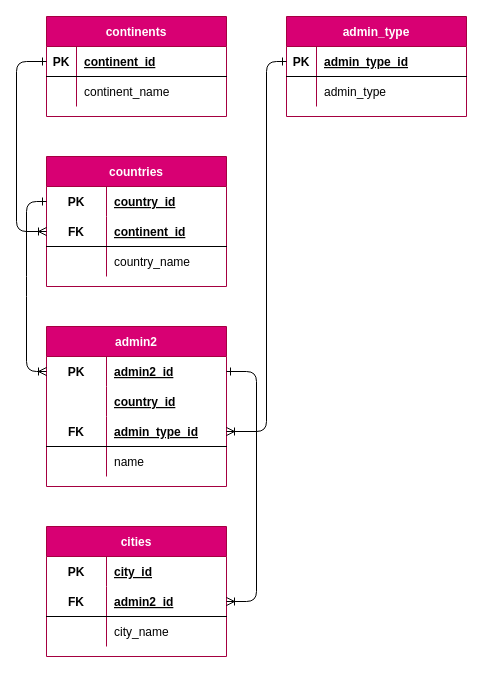
The draw.io diagram page "logical" (2 of 3) of mundo_ER.drawio in r3card0/mundo-octo-potato, before the edit. Source tidied: cells renumbered, new cells numbered last; positions are measured from the earlier drawing's top-left corner, leaving out a move shared by most shapes. Both pictures are drawn from the tidied source at 100%, with x=0, y=0 at pixel (16, 16).
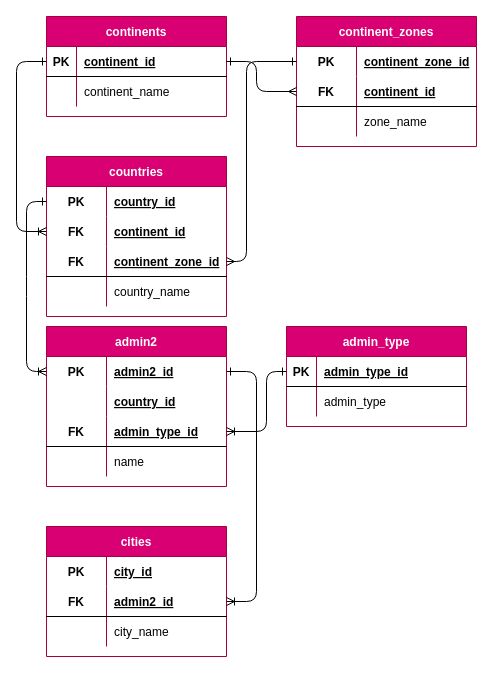
The same page after the edit.

Commit message:
continent zones added to logical data model

The change refers to these unchanged cells:
```xml
<mxCell id="3" style="shape=partialRectangle;fillColor=none;top=0;left=0;bottom=1;right=0;points=[[0,0.5],[1,0.5]];portConstraint=eastwest;" parent="2" vertex="1">
  <mxGeometry y="30" width="180" height="30" as="geometry" />
</mxCell>
<mxCell id="26" style="shape=partialRectangle;fillColor=none;top=0;left=0;bottom=1;right=0;points=[[0,0.5],[1,0.5]];portConstraint=eastwest;" parent="19" vertex="1">
  <mxGeometry y="90" width="180" height="30" as="geometry" />
</mxCell>
<mxCell id="46" style="shape=partialRectangle;fillColor=none;top=0;left=0;bottom=1;right=0;points=[[0,0.5],[1,0.5]];portConstraint=eastwest;" parent="45" vertex="1">
  <mxGeometry y="30" width="180" height="30" as="geometry" />
</mxCell>
```

Diff of the diagram source:
```diff
@@
     <mxCell id="9" value="countries" style="shape=table;startSize=30;childLayout=tableLayout;rowLines=0;fontStyle=1;align=center;fillColor=#d80073;fontColor=#ffffff;strokeColor=#A50040;" parent="1" vertex="1">
-      <mxGeometry x="30" y="140" width="180" height="130" as="geometry" />
+      <mxGeometry x="30" y="140" width="180" height="160" as="geometry" />
     </mxCell>
@@
+    <mxCell id="53" style="shape=partialRectangle;fillColor=none;top=0;left=0;bottom=0;right=0;points=[[0,0.5],[1,0.5]];portConstraint=eastwest;" parent="9" vertex="1">
+      <mxGeometry y="60" width="180" height="30" as="geometry" />
+    </mxCell>
+    <mxCell id="54" value="FK" style="shape=partialRectangle;fillColor=none;top=0;left=0;bottom=0;right=0;fontStyle=1;overflow=hidden;" parent="53" vertex="1">
+      <mxGeometry width="60" height="30" as="geometry" />
+    </mxCell>
+    <mxCell id="55" value="continent_id" style="shape=partialRectangle;fillColor=none;top=0;left=0;bottom=0;right=0;align=left;spacingLeft=6;fontStyle=5;overflow=hidden;" parent="53" vertex="1">
+      <mxGeometry x="60" width="120" height="30" as="geometry" />
+    </mxCell>
     <mxCell id="13" style="shape=partialRectangle;fillColor=none;top=0;left=0;bottom=1;right=0;points=[[0,0.5],[1,0.5]];portConstraint=eastwest;" parent="9" vertex="1">
-      <mxGeometry y="60" width="180" height="30" as="geometry" />
+      <mxGeometry y="90" width="180" height="30" as="geometry" />
     </mxCell>
@@
-    <mxCell id="15" value="continent_id" style="shape=partialRectangle;fillColor=none;top=0;left=0;bottom=0;right=0;align=left;spacingLeft=6;fontStyle=5;overflow=hidden;" parent="13" vertex="1">
+    <mxCell id="15" value="continent_zone_id" style="shape=partialRectangle;fillColor=none;top=0;left=0;bottom=0;right=0;align=left;spacingLeft=6;fontStyle=5;overflow=hidden;" parent="13" vertex="1">
       <mxGeometry x="60" width="120" height="30" as="geometry" />
     </mxCell>
     <mxCell id="16" style="shape=partialRectangle;fillColor=none;top=0;left=0;bottom=0;right=0;" parent="9" vertex="1">
-      <mxGeometry y="90" width="180" height="30" as="geometry" />
+      <mxGeometry y="120" width="180" height="30" as="geometry" />
     </mxCell>
@@
-    <mxCell id="32" style="edgeStyle=none;html=1;entryX=0;entryY=0.5;entryDx=0;entryDy=0;exitX=0;exitY=0.5;exitDx=0;exitDy=0;startArrow=ERone;startFill=0;endArrow=ERoneToMany;endFill=0;" parent="1" edge="1" source="3" target="13">
+    <mxCell id="32" style="edgeStyle=none;html=1;entryX=0;entryY=0.5;entryDx=0;entryDy=0;exitX=0;exitY=0.5;exitDx=0;exitDy=0;startArrow=ERone;startFill=0;endArrow=ERoneToMany;endFill=0;" parent="1" edge="1" source="3" target="53">
       <mxGeometry relative="1" as="geometry">
         <Array as="points">
           <mxPoint y="45" />
           <mxPoint y="215" />
         </Array>
       </mxGeometry>
     </mxCell>
@@
     <mxCell id="45" value="admin_type" style="shape=table;startSize=30;childLayout=tableLayout;rowLines=0;fontStyle=1;align=center;fillColor=#d80073;strokeColor=#A50040;fontColor=#ffffff;" parent="1" vertex="1">
-      <mxGeometry x="270" width="180" height="100" as="geometry" />
+      <mxGeometry x="270" y="310" width="180" height="100" as="geometry" />
     </mxCell>
@@
     <mxCell id="52" style="edgeStyle=none;html=1;entryX=1;entryY=0.5;entryDx=0;entryDy=0;startArrow=ERone;startFill=0;endArrow=ERoneToMany;endFill=0;exitX=0;exitY=0.5;exitDx=0;exitDy=0;" parent="1" edge="1" source="46" target="26">
       <mxGeometry relative="1" as="geometry">
         <Array as="points">
-          <mxPoint x="250" y="45" />
+          <mxPoint x="250" y="355" />
           <mxPoint x="250" y="415" />
         </Array>
       </mxGeometry>
     </mxCell>
+    <mxCell id="56" value="continent_zones" style="shape=table;startSize=30;childLayout=tableLayout;rowLines=0;fontStyle=1;align=center;fillColor=#d80073;fontColor=#ffffff;strokeColor=#A50040;" parent="1" vertex="1">
+      <mxGeometry x="280" width="180" height="130" as="geometry" />
+    </mxCell>
+    <mxCell id="57" style="shape=partialRectangle;fillColor=none;top=0;left=0;bottom=0;right=0;points=[[0,0.5],[1,0.5]];portConstraint=eastwest;" parent="56" vertex="1">
+      <mxGeometry y="30" width="180" height="30" as="geometry" />
+    </mxCell>
+    <mxCell id="58" value="PK" style="shape=partialRectangle;fillColor=none;top=0;left=0;bottom=0;right=0;fontStyle=1;overflow=hidden;" parent="57" vertex="1">
+      <mxGeometry width="60" height="30" as="geometry" />
+    </mxCell>
+    <mxCell id="59" value="continent_zone_id" style="shape=partialRectangle;fillColor=none;top=0;left=0;bottom=0;right=0;align=left;spacingLeft=6;fontStyle=5;overflow=hidden;" parent="57" vertex="1">
+      <mxGeometry x="60" width="120" height="30" as="geometry" />
+    </mxCell>
+    <mxCell id="60" style="shape=partialRectangle;fillColor=none;top=0;left=0;bottom=1;right=0;points=[[0,0.5],[1,0.5]];portConstraint=eastwest;" parent="56" vertex="1">
+      <mxGeometry y="60" width="180" height="30" as="geometry" />
+    </mxCell>
+    <mxCell id="61" value="FK" style="shape=partialRectangle;fillColor=none;top=0;left=0;bottom=0;right=0;fontStyle=1;overflow=hidden;" parent="60" vertex="1">
+      <mxGeometry width="60" height="30" as="geometry" />
+    </mxCell>
+    <mxCell id="62" value="continent_id" style="shape=partialRectangle;fillColor=none;top=0;left=0;bottom=0;right=0;align=left;spacingLeft=6;fontStyle=5;overflow=hidden;" parent="60" vertex="1">
+      <mxGeometry x="60" width="120" height="30" as="geometry" />
+    </mxCell>
+    <mxCell id="63" style="shape=partialRectangle;fillColor=none;top=0;left=0;bottom=0;right=0;" parent="56" vertex="1">
+      <mxGeometry y="90" width="180" height="30" as="geometry" />
+    </mxCell>
+    <mxCell id="64" style="shape=partialRectangle;fillColor=none;top=0;left=0;bottom=0;right=0;overflow=hidden;" parent="63" vertex="1">
+      <mxGeometry width="60" height="30" as="geometry" />
+    </mxCell>
+    <mxCell id="65" value="zone_name" style="shape=partialRectangle;fillColor=none;top=0;left=0;bottom=0;right=0;align=left;spacingLeft=6;overflow=hidden;" parent="63" vertex="1">
+      <mxGeometry x="60" width="120" height="30" as="geometry" />
+    </mxCell>
+    <mxCell id="66" style="edgeStyle=none;html=1;entryX=0;entryY=0.5;entryDx=0;entryDy=0;exitX=1;exitY=0.5;exitDx=0;exitDy=0;startArrow=ERone;startFill=0;endArrow=ERmany;endFill=0;" parent="1" edge="1" source="3" target="60">
+      <mxGeometry relative="1" as="geometry">
+        <Array as="points">
+          <mxPoint x="240" y="45" />
+          <mxPoint x="240" y="75" />
+        </Array>
+      </mxGeometry>
+    </mxCell>
+    <mxCell id="67" style="edgeStyle=none;html=1;entryX=1;entryY=0.5;entryDx=0;entryDy=0;startArrow=ERone;startFill=0;endArrow=ERmany;endFill=0;exitX=0;exitY=0.5;exitDx=0;exitDy=0;" parent="1" edge="1" source="57" target="13">
+      <mxGeometry relative="1" as="geometry">
+        <Array as="points">
+          <mxPoint x="230" y="45" />
+          <mxPoint x="230" y="245" />
+        </Array>
+      </mxGeometry>
+    </mxCell>
```
